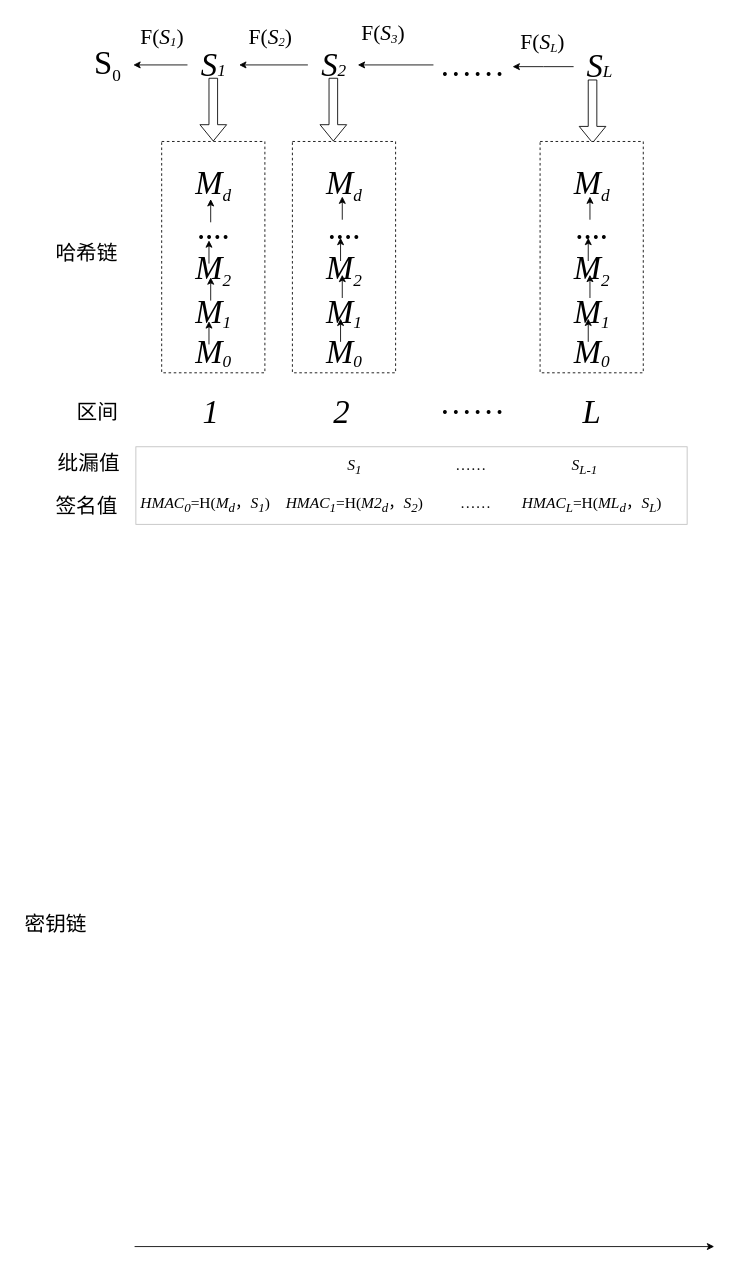
This is page "第 9 页" (9 of 10) of jieshou.drawio from asdlijinquan/-, a draw.io file, before an edit. Source tidied: cells renumbered, new cells numbered last; positions are measured from the earlier drawing's top-left corner, leaving out a move shared by most shapes. Both pictures are drawn from the tidied source at 86%, with x=0, y=0 at pixel (19, 15).
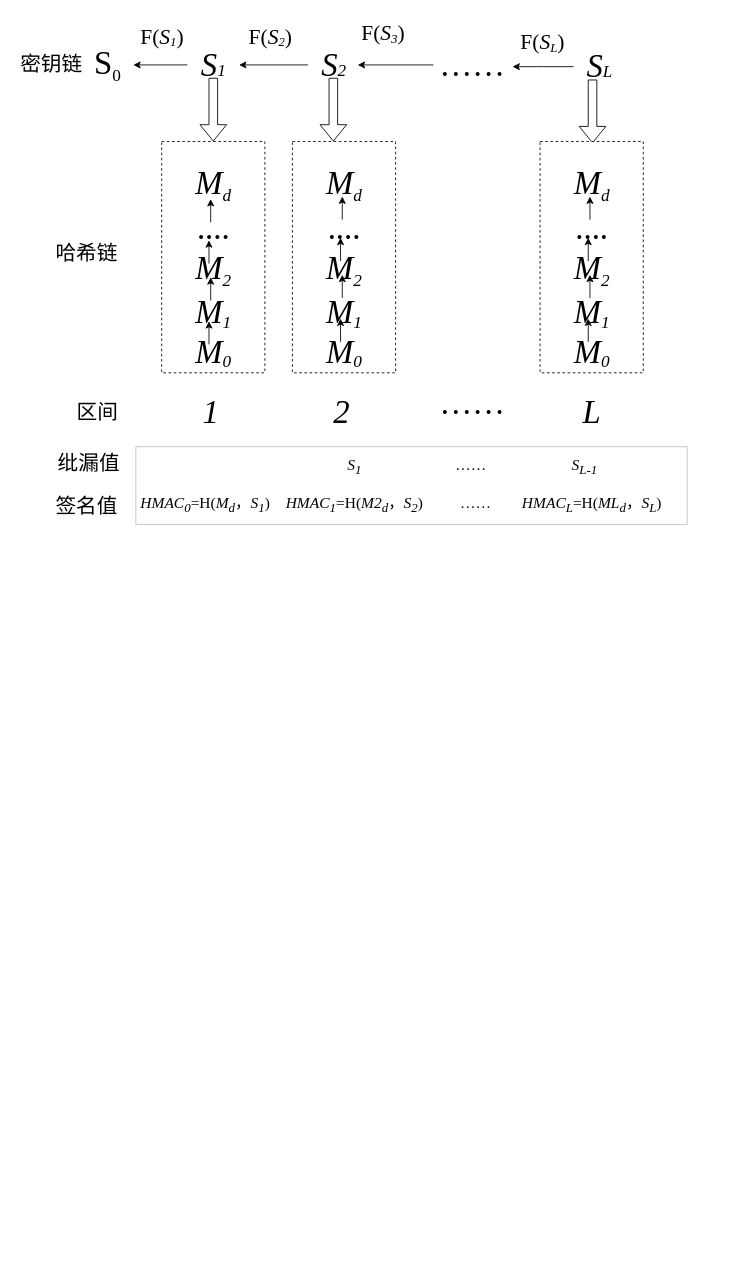
Above is the later version.

Diff of the diagram source:
```diff
@@
-    <mxCell id="23" style="endArrow=classic;html=1;rounded=0;hachureGap=4;fontFamily=Architects Daughter;fontSize=16;fontColor=#000000;" parent="1" edge="1">
-      <mxGeometry relative="1" as="geometry">
-        <mxPoint x="134" y="1432" as="sourcePoint" />
-        <mxPoint x="808" y="1432" as="targetPoint" />
-      </mxGeometry>
-    </mxCell>
@@
     <mxCell id="45" value="&lt;font&gt;&lt;span style=&quot;font-size: 24px;&quot;&gt;密钥链&lt;/span&gt;&lt;/font&gt;" style="text;html=1;strokeColor=none;fillColor=none;align=center;verticalAlign=middle;whiteSpace=wrap;rounded=0;fontSize=20;fontFamily=Architects Daughter;fontColor=#000000;" parent="1" vertex="1">
-      <mxGeometry y="1044" width="85" height="30" as="geometry" />
+      <mxGeometry x="-5" y="43" width="85" height="30" as="geometry" />
     </mxCell>
```
